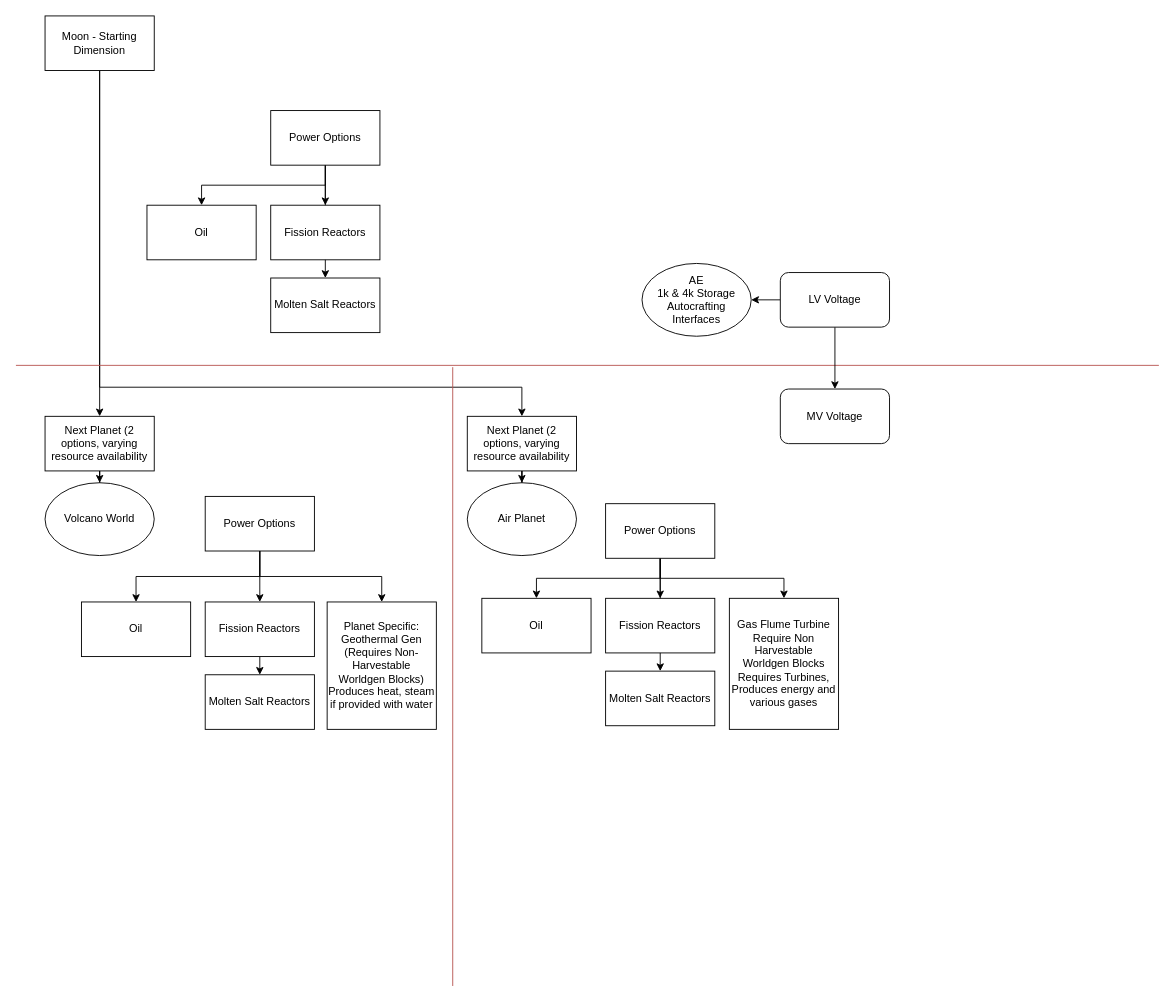
The draw.io diagram StarstruckProgression.drawio in MicahHaack/Starstruck, before the edit. Source tidied: cells renumbered, new cells numbered last; positions are measured from the earlier drawing's top-left corner, leaving out a move shared by most shapes. Both pictures are drawn from the tidied source at 91%, with x=0, y=0 at pixel (15, 15).
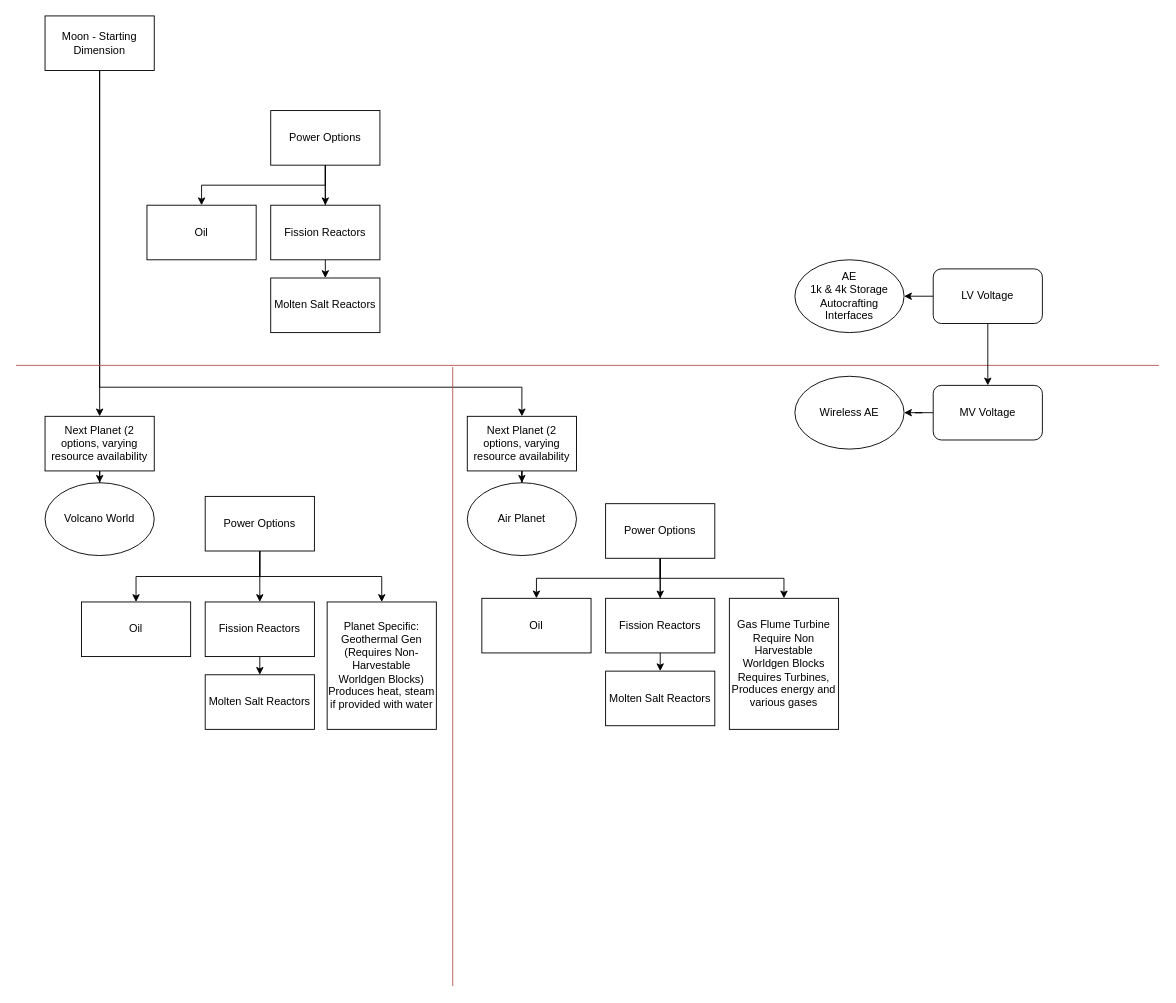
Above is the later version.

The edit, as a diff of the source:
```diff
@@
     <mxCell id="8" value="LV Voltage" style="rounded=1;whiteSpace=wrap;html=1;" parent="1" vertex="1">
-      <mxGeometry x="840" y="282" width="120" height="60" as="geometry" />
+      <mxGeometry x="1008" y="278" width="120" height="60" as="geometry" />
     </mxCell>
+    <mxCell id="43" style="edgeStyle=orthogonalEdgeStyle;rounded=0;jettySize=auto;html=1;" parent="1" edge="1" source="9" target="44">
+      <mxGeometry relative="1" as="geometry" />
+    </mxCell>
     <mxCell id="9" value="MV Voltage" style="rounded=1;whiteSpace=wrap;html=1;" parent="1" vertex="1">
-      <mxGeometry x="840" y="410" width="120" height="60" as="geometry" />
+      <mxGeometry x="1008" y="406" width="120" height="60" as="geometry" />
     </mxCell>
@@
     <mxCell id="15" value="AE&lt;br&gt;&lt;div&gt;1k &amp;amp; 4k Storage&lt;/div&gt;&lt;div&gt;Autocrafting Interfaces&lt;br&gt;&lt;/div&gt;" style="ellipse;whiteSpace=wrap;html=1;" parent="1" vertex="1">
-      <mxGeometry x="688" y="272" width="120" height="80" as="geometry" />
+      <mxGeometry x="856" y="268" width="120" height="80" as="geometry" />
     </mxCell>
@@
+    <mxCell id="44" value="Wireless AE" style="ellipse;whiteSpace=wrap;html=1;rounded=1;" parent="1" vertex="1">
+      <mxGeometry x="856" y="396" width="120" height="80" as="geometry" />
+    </mxCell>
```
